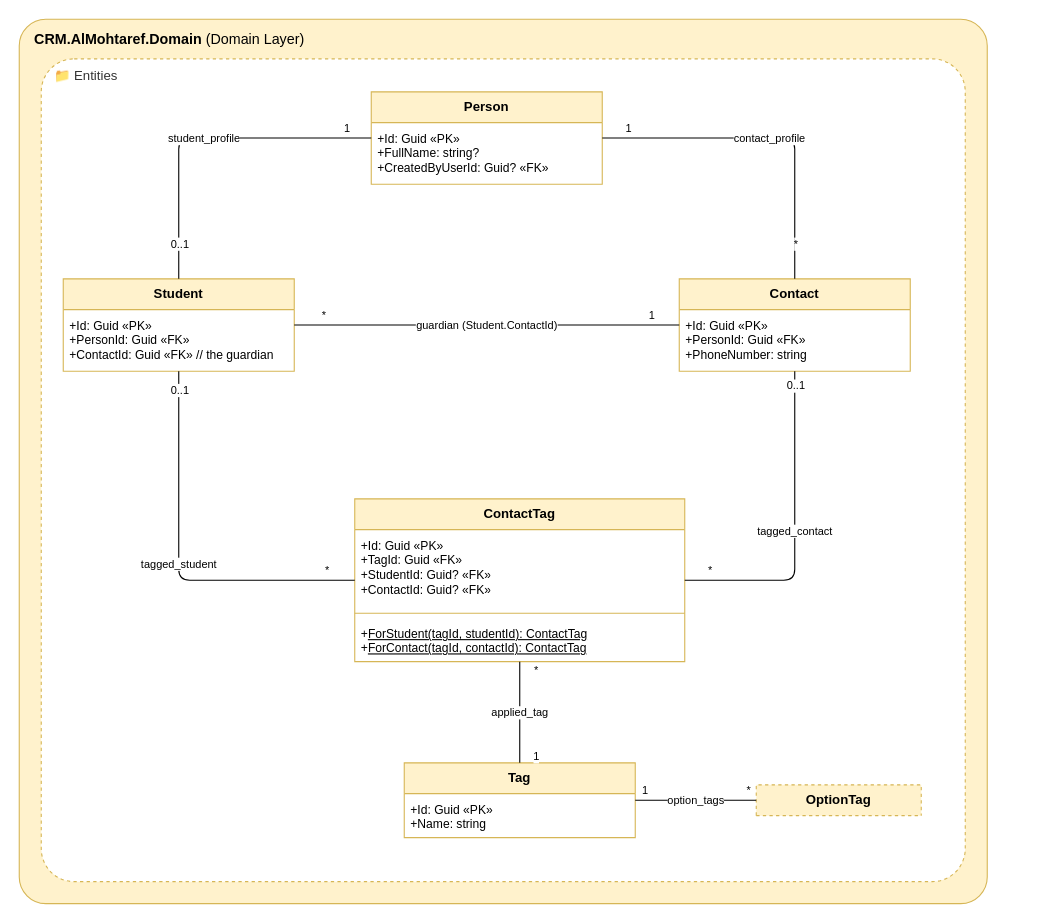
Above: page "03 Contacts & Students" (3 of 5) of docs/design/classes/domain.drawio in QF-MJ/crm-al-mohtaref (draw.io), before the change. Source tidied: cells renumbered, new cells numbered last; positions are measured from the earlier drawing's top-left corner, leaving out a move shared by most shapes. Both pictures are drawn from the tidied source at 110%, with x=0, y=0 at pixel (19, 19).
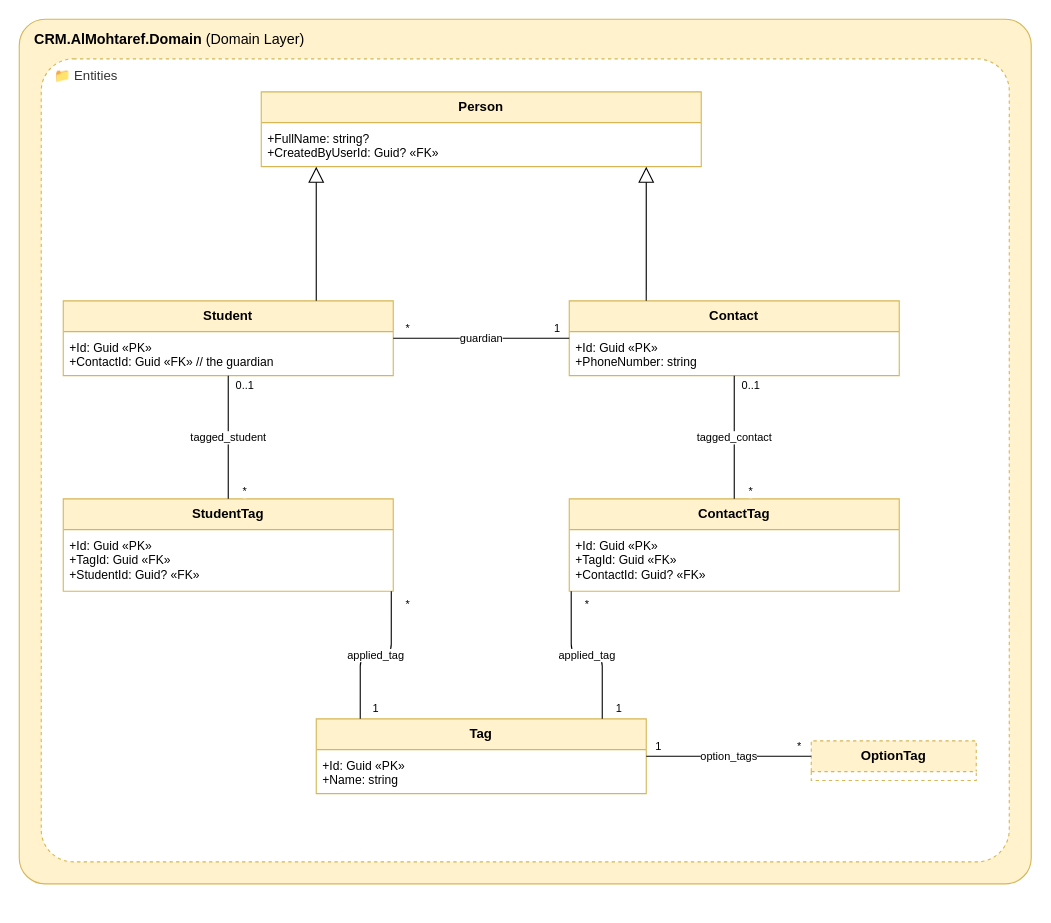
The same diagram, later.

What changed in the source:
```diff
@@
     <mxCell id="2" value="&lt;b&gt;CRM.AlMohtaref.Domain&lt;/b&gt; (Domain Layer)" style="rounded=1;whiteSpace=wrap;html=1;verticalAlign=top;align=left;spacingLeft=12;spacingTop=4;arcSize=3;fillColor=#fff2cc;strokeColor=#d6b656;fontSize=13;" parent="1" vertex="1">
-      <mxGeometry width="880" height="804" as="geometry" />
+      <mxGeometry width="920" height="786" as="geometry" />
     </mxCell>
     <mxCell id="3" value="&amp;#128193; Entities" style="rounded=1;whiteSpace=wrap;html=1;verticalAlign=top;align=left;spacingLeft=10;spacingTop=2;arcSize=4;fillColor=#FFFFFF;strokeColor=#d6b656;dashed=1;fontSize=12;fontColor=#333333;" parent="2" vertex="1">
-      <mxGeometry x="20" y="36" width="840" height="748" as="geometry" />
+      <mxGeometry x="20" y="36" width="880" height="730" as="geometry" />
     </mxCell>
     <mxCell id="4" value="&lt;b&gt;Person&lt;/b&gt;" style="swimlane;fontStyle=0;align=center;verticalAlign=middle;horizontal=1;startSize=28;html=1;whiteSpace=wrap;fontSize=12;fillColor=#fff2cc;strokeColor=#d6b656;swimlaneFillColor=#FFFFFF;" parent="3" vertex="1">
-      <mxGeometry x="300" y="30" width="210" height="84" as="geometry" />
+      <mxGeometry x="200" y="30" width="400" height="68" as="geometry" />
     </mxCell>
-    <mxCell id="5" value="+Id: Guid «PK»&lt;br&gt;+FullName: string?&lt;br&gt;+CreatedByUserId: Guid? «FK»" style="text;strokeColor=none;fillColor=none;align=left;verticalAlign=top;spacingLeft=4;spacingRight=4;spacingTop=2;overflow=hidden;whiteSpace=wrap;html=1;fontSize=11;" parent="4" vertex="1">
-      <mxGeometry y="28" width="210" height="56" as="geometry" />
+    <mxCell id="5" value="+FullName: string?&lt;br&gt;+CreatedByUserId: Guid? «FK»" style="text;strokeColor=none;fillColor=none;align=left;verticalAlign=top;spacingLeft=4;spacingRight=4;spacingTop=2;overflow=hidden;whiteSpace=wrap;html=1;fontSize=11;" parent="4" vertex="1">
+      <mxGeometry y="28" width="400" height="40" as="geometry" />
     </mxCell>
     <mxCell id="6" value="&lt;b&gt;Student&lt;/b&gt;" style="swimlane;fontStyle=0;align=center;verticalAlign=middle;horizontal=1;startSize=28;html=1;whiteSpace=wrap;fontSize=12;fillColor=#fff2cc;strokeColor=#d6b656;swimlaneFillColor=#FFFFFF;" parent="3" vertex="1">
-      <mxGeometry x="20" y="200" width="210" height="84" as="geometry" />
+      <mxGeometry x="20" y="220" width="300" height="68" as="geometry" />
     </mxCell>
-    <mxCell id="7" value="+Id: Guid «PK»&lt;br&gt;+PersonId: Guid «FK»&lt;br&gt;+ContactId: Guid «FK»  // the guardian" style="text;strokeColor=none;fillColor=none;align=left;verticalAlign=top;spacingLeft=4;spacingRight=4;spacingTop=2;overflow=hidden;whiteSpace=wrap;html=1;fontSize=11;" parent="6" vertex="1">
-      <mxGeometry y="28" width="210" height="56" as="geometry" />
+    <mxCell id="7" value="+Id: Guid «PK»&lt;br&gt;+ContactId: Guid «FK»  // the guardian" style="text;strokeColor=none;fillColor=none;align=left;verticalAlign=top;spacingLeft=4;spacingRight=4;spacingTop=2;overflow=hidden;whiteSpace=wrap;html=1;fontSize=11;" parent="6" vertex="1">
+      <mxGeometry y="28" width="300" height="40" as="geometry" />
     </mxCell>
     <mxCell id="8" value="&lt;b&gt;Contact&lt;/b&gt;" style="swimlane;fontStyle=0;align=center;verticalAlign=middle;horizontal=1;startSize=28;html=1;whiteSpace=wrap;fontSize=12;fillColor=#fff2cc;strokeColor=#d6b656;swimlaneFillColor=#FFFFFF;" parent="3" vertex="1">
-      <mxGeometry x="580" y="200" width="210" height="84" as="geometry" />
+      <mxGeometry x="480" y="220" width="300" height="68" as="geometry" />
     </mxCell>
-    <mxCell id="9" value="+Id: Guid «PK»&lt;br&gt;+PersonId: Guid «FK»&lt;br&gt;+PhoneNumber: string" style="text;strokeColor=none;fillColor=none;align=left;verticalAlign=top;spacingLeft=4;spacingRight=4;spacingTop=2;overflow=hidden;whiteSpace=wrap;html=1;fontSize=11;" parent="8" vertex="1">
-      <mxGeometry y="28" width="210" height="56" as="geometry" />
+    <mxCell id="9" value="+Id: Guid «PK»&lt;br&gt;+PhoneNumber: string" style="text;strokeColor=none;fillColor=none;align=left;verticalAlign=top;spacingLeft=4;spacingRight=4;spacingTop=2;overflow=hidden;whiteSpace=wrap;html=1;fontSize=11;" parent="8" vertex="1">
+      <mxGeometry y="28" width="300" height="40" as="geometry" />
     </mxCell>
+    <mxCell id="38" value="&lt;b&gt;StudentTag&lt;/b&gt;" style="swimlane;fontStyle=0;align=center;verticalAlign=middle;horizontal=1;startSize=28;html=1;whiteSpace=wrap;fontSize=12;fillColor=#fff2cc;strokeColor=#d6b656;swimlaneFillColor=#FFFFFF;" parent="3" vertex="1">
+      <mxGeometry x="20" y="400" width="300" height="84" as="geometry" />
+    </mxCell>
+    <mxCell id="39" value="+Id: Guid «PK»&lt;br&gt;+TagId: Guid «FK»&lt;br&gt;+StudentId: Guid? «FK»" style="text;strokeColor=none;fillColor=none;align=left;verticalAlign=top;spacingLeft=4;spacingRight=4;spacingTop=2;overflow=hidden;whiteSpace=wrap;html=1;fontSize=11;" parent="38" vertex="1">
+      <mxGeometry y="28" width="300" height="56" as="geometry" />
+    </mxCell>
     <mxCell id="10" value="&lt;b&gt;ContactTag&lt;/b&gt;" style="swimlane;fontStyle=0;align=center;verticalAlign=middle;horizontal=1;startSize=28;html=1;whiteSpace=wrap;fontSize=12;fillColor=#fff2cc;strokeColor=#d6b656;swimlaneFillColor=#FFFFFF;" parent="3" vertex="1">
-      <mxGeometry x="285" y="400" width="300" height="148" as="geometry" />
+      <mxGeometry x="480" y="400" width="300" height="84" as="geometry" />
     </mxCell>
-    <mxCell id="11" value="+Id: Guid «PK»&lt;br&gt;+TagId: Guid «FK»&lt;br&gt;+StudentId: Guid? «FK»&lt;br&gt;+ContactId: Guid? «FK»" style="text;strokeColor=none;fillColor=none;align=left;verticalAlign=top;spacingLeft=4;spacingRight=4;spacingTop=2;overflow=hidden;whiteSpace=wrap;html=1;fontSize=11;" parent="10" vertex="1">
-      <mxGeometry y="28" width="300" height="72" as="geometry" />
+    <mxCell id="11" value="+Id: Guid «PK»&lt;br&gt;+TagId: Guid «FK»&lt;br&gt;+ContactId: Guid? «FK»" style="text;strokeColor=none;fillColor=none;align=left;verticalAlign=top;spacingLeft=4;spacingRight=4;spacingTop=2;overflow=hidden;whiteSpace=wrap;html=1;fontSize=11;" parent="10" vertex="1">
+      <mxGeometry y="28" width="300" height="56" as="geometry" />
     </mxCell>
-    <mxCell id="12" style="line;strokeWidth=1;fillColor=none;align=left;verticalAlign=middle;spacingTop=-1;spacingLeft=3;spacingRight=3;labelPosition=right;strokeColor=inherit;" parent="10" vertex="1">
-      <mxGeometry y="100" width="300" height="8" as="geometry" />
-    </mxCell>
-    <mxCell id="13" value="+&lt;u&gt;ForStudent(tagId, studentId): ContactTag&lt;/u&gt;&lt;br&gt;+&lt;u&gt;ForContact(tagId, contactId): ContactTag&lt;/u&gt;" style="text;strokeColor=none;fillColor=none;align=left;verticalAlign=top;spacingLeft=4;spacingRight=4;spacingTop=2;overflow=hidden;whiteSpace=wrap;html=1;fontSize=11;" parent="10" vertex="1">
-      <mxGeometry y="108" width="300" height="40" as="geometry" />
-    </mxCell>
     <mxCell id="14" value="&lt;b&gt;Tag&lt;/b&gt;" style="swimlane;fontStyle=0;align=center;verticalAlign=middle;horizontal=1;startSize=28;html=1;whiteSpace=wrap;fontSize=12;fillColor=#fff2cc;strokeColor=#d6b656;swimlaneFillColor=#FFFFFF;" parent="3" vertex="1">
-      <mxGeometry x="330" y="640" width="210" height="68" as="geometry" />
+      <mxGeometry x="250" y="600" width="300" height="68" as="geometry" />
     </mxCell>
     <mxCell id="15" value="+Id: Guid «PK»&lt;br&gt;+Name: string" style="text;strokeColor=none;fillColor=none;align=left;verticalAlign=top;spacingLeft=4;spacingRight=4;spacingTop=2;overflow=hidden;whiteSpace=wrap;html=1;fontSize=11;" parent="14" vertex="1">
-      <mxGeometry y="28" width="210" height="40" as="geometry" />
+      <mxGeometry y="28" width="300" height="40" as="geometry" />
     </mxCell>
     <mxCell id="16" value="&lt;b&gt;OptionTag&lt;/b&gt;" style="swimlane;fontStyle=0;align=center;verticalAlign=middle;horizontal=1;startSize=28;html=1;whiteSpace=wrap;fontSize=12;fillColor=#fff2cc;strokeColor=#d6b656;swimlaneFillColor=#FFFFFF;dashed=1;" parent="3" vertex="1">
-      <mxGeometry x="650" y="660" width="150" height="28" as="geometry" />
+      <mxGeometry x="700" y="620" width="150" height="36" as="geometry" />
     </mxCell>
+    <mxCell id="40" style="text;strokeColor=none;fillColor=none;align=left;verticalAlign=top;spacingLeft=4;spacingRight=4;spacingTop=2;overflow=hidden;whiteSpace=wrap;html=1;fontSize=11;" parent="16" vertex="1">
+      <mxGeometry y="28" width="150" height="8" as="geometry" />
+    </mxCell>
-    <mxCell id="17" value="student_profile" style="endArrow=none;html=1;edgeStyle=orthogonalEdgeStyle;rounded=1;fontSize=10;labelBackgroundColor=#FFFFFF;exitX=0.0000;exitY=0.5000;exitDx=0;exitDy=0;entryX=0.5000;entryY=0.0000;entryDx=0;entryDy=0;" parent="1" edge="1" source="4" target="6">
+    <mxCell id="17" style="endArrow=block;endFill=0;endSize=12;html=1;edgeStyle=orthogonalEdgeStyle;rounded=1;fontSize=10;labelBackgroundColor=#FFFFFF;exitX=0.7667;exitY=0.0000;exitDx=0;exitDy=0;entryX=0.1250;entryY=1.0000;entryDx=0;entryDy=0;" parent="1" edge="1" source="6" target="4">
       <mxGeometry relative="1" as="geometry" />
     </mxCell>
-    <mxCell id="18" value="1" style="edgeLabel;html=1;align=center;verticalAlign=middle;fontSize=10;labelBackgroundColor=#FFFFFF;" parent="17" vertex="1">
-      <mxGeometry x="-0.85" relative="1" as="geometry">
-        <mxPoint y="-10" as="offset" />
-      </mxGeometry>
-    </mxCell>
-    <mxCell id="19" value="0..1" style="edgeLabel;html=1;align=center;verticalAlign=middle;fontSize=10;labelBackgroundColor=#FFFFFF;" parent="17" vertex="1">
-      <mxGeometry x="0.85" relative="1" as="geometry">
-        <mxPoint y="-10" as="offset" />
-      </mxGeometry>
-    </mxCell>
-    <mxCell id="20" value="contact_profile" style="endArrow=none;html=1;edgeStyle=orthogonalEdgeStyle;rounded=1;fontSize=10;labelBackgroundColor=#FFFFFF;exitX=1.0000;exitY=0.5000;exitDx=0;exitDy=0;entryX=0.5000;entryY=0.0000;entryDx=0;entryDy=0;" parent="1" edge="1" source="4" target="8">
+    <mxCell id="20" style="endArrow=block;endFill=0;endSize=12;html=1;edgeStyle=orthogonalEdgeStyle;rounded=1;fontSize=10;labelBackgroundColor=#FFFFFF;exitX=0.2333;exitY=0.0000;exitDx=0;exitDy=0;entryX=0.8750;entryY=1.0000;entryDx=0;entryDy=0;" parent="1" edge="1" source="8" target="4">
       <mxGeometry relative="1" as="geometry" />
     </mxCell>
-    <mxCell id="21" value="1" style="edgeLabel;html=1;align=center;verticalAlign=middle;fontSize=10;labelBackgroundColor=#FFFFFF;" parent="20" vertex="1">
-      <mxGeometry x="-0.85" relative="1" as="geometry">
-        <mxPoint y="-10" as="offset" />
-      </mxGeometry>
-    </mxCell>
-    <mxCell id="22" value="*" style="edgeLabel;html=1;align=center;verticalAlign=middle;fontSize=10;labelBackgroundColor=#FFFFFF;" parent="20" vertex="1">
-      <mxGeometry x="0.85" relative="1" as="geometry">
-        <mxPoint y="-10" as="offset" />
-      </mxGeometry>
-    </mxCell>
-    <mxCell id="23" value="guardian (Student.ContactId)" style="endArrow=none;html=1;edgeStyle=orthogonalEdgeStyle;rounded=1;fontSize=10;labelBackgroundColor=#FFFFFF;exitX=1.0000;exitY=0.5000;exitDx=0;exitDy=0;entryX=0.0000;entryY=0.5000;entryDx=0;entryDy=0;" parent="1" edge="1" source="6" target="8">
+    <mxCell id="23" value="guardian" style="endArrow=none;html=1;edgeStyle=orthogonalEdgeStyle;rounded=1;fontSize=10;labelBackgroundColor=#FFFFFF;exitX=1.0000;exitY=0.5000;exitDx=0;exitDy=0;entryX=0.0000;entryY=0.5000;entryDx=0;entryDy=0;" parent="1" edge="1" source="6" target="8">
       <mxGeometry relative="1" as="geometry" />
     </mxCell>
@@
-    <mxCell id="26" value="tagged_student" style="endArrow=none;html=1;edgeStyle=orthogonalEdgeStyle;rounded=1;fontSize=10;labelBackgroundColor=#FFFFFF;exitX=0.5000;exitY=1.0000;exitDx=0;exitDy=0;entryX=0.0000;entryY=0.5000;entryDx=0;entryDy=0;" parent="1" edge="1" source="6" target="10">
+    <mxCell id="26" value="tagged_student" style="endArrow=none;html=1;edgeStyle=orthogonalEdgeStyle;rounded=1;fontSize=10;labelBackgroundColor=#FFFFFF;exitX=0.5000;exitY=1.0000;exitDx=0;exitDy=0;entryX=0.5000;entryY=0.0000;entryDx=0;entryDy=0;" parent="1" edge="1" source="6" target="38">
       <mxGeometry relative="1" as="geometry" />
     </mxCell>
     <mxCell id="27" value="0..1" style="edgeLabel;html=1;align=center;verticalAlign=middle;fontSize=10;labelBackgroundColor=#FFFFFF;" parent="26" vertex="1">
       <mxGeometry x="-0.85" relative="1" as="geometry">
-        <mxPoint y="-10" as="offset" />
+        <mxPoint x="14" as="offset" />
       </mxGeometry>
     </mxCell>
     <mxCell id="28" value="*" style="edgeLabel;html=1;align=center;verticalAlign=middle;fontSize=10;labelBackgroundColor=#FFFFFF;" parent="26" vertex="1">
       <mxGeometry x="0.85" relative="1" as="geometry">
-        <mxPoint y="-10" as="offset" />
+        <mxPoint x="14" as="offset" />
       </mxGeometry>
     </mxCell>
-    <mxCell id="29" value="tagged_contact" style="endArrow=none;html=1;edgeStyle=orthogonalEdgeStyle;rounded=1;fontSize=10;labelBackgroundColor=#FFFFFF;exitX=0.5000;exitY=1.0000;exitDx=0;exitDy=0;entryX=1.0000;entryY=0.5000;entryDx=0;entryDy=0;" parent="1" edge="1" source="8" target="10">
+    <mxCell id="29" value="tagged_contact" style="endArrow=none;html=1;edgeStyle=orthogonalEdgeStyle;rounded=1;fontSize=10;labelBackgroundColor=#FFFFFF;exitX=0.5000;exitY=1.0000;exitDx=0;exitDy=0;entryX=0.5000;entryY=0.0000;entryDx=0;entryDy=0;" parent="1" edge="1" source="8" target="10">
       <mxGeometry relative="1" as="geometry" />
     </mxCell>
     <mxCell id="30" value="0..1" style="edgeLabel;html=1;align=center;verticalAlign=middle;fontSize=10;labelBackgroundColor=#FFFFFF;" parent="29" vertex="1">
       <mxGeometry x="-0.85" relative="1" as="geometry">
-        <mxPoint y="-10" as="offset" />
+        <mxPoint x="14" as="offset" />
       </mxGeometry>
     </mxCell>
     <mxCell id="31" value="*" style="edgeLabel;html=1;align=center;verticalAlign=middle;fontSize=10;labelBackgroundColor=#FFFFFF;" parent="29" vertex="1">
       <mxGeometry x="0.85" relative="1" as="geometry">
-        <mxPoint y="-10" as="offset" />
+        <mxPoint x="14" as="offset" />
       </mxGeometry>
     </mxCell>
-    <mxCell id="32" value="applied_tag" style="endArrow=none;html=1;edgeStyle=orthogonalEdgeStyle;rounded=1;fontSize=10;labelBackgroundColor=#FFFFFF;exitX=0.5000;exitY=0.0000;exitDx=0;exitDy=0;entryX=0.5000;entryY=1.0000;entryDx=0;entryDy=0;" parent="1" edge="1" source="14" target="10">
+    <mxCell id="32" value="applied_tag" style="endArrow=none;html=1;edgeStyle=orthogonalEdgeStyle;rounded=1;fontSize=10;labelBackgroundColor=#FFFFFF;exitX=0.1333;exitY=0.0000;exitDx=0;exitDy=0;entryX=0.9000;entryY=0.9048;entryDx=0;entryDy=0;" parent="1" edge="1" source="14" target="38">
       <mxGeometry relative="1" as="geometry" />
     </mxCell>
@@
-    <mxCell id="35" value="option_tags" style="endArrow=none;html=1;edgeStyle=orthogonalEdgeStyle;rounded=1;fontSize=10;labelBackgroundColor=#FFFFFF;exitX=1.0000;exitY=0.5000;exitDx=0;exitDy=0;entryX=0.0000;entryY=0.5000;entryDx=0;entryDy=0;" parent="1" edge="1" source="14" target="16">
+    <mxCell id="35" value="applied_tag" style="endArrow=none;html=1;edgeStyle=orthogonalEdgeStyle;rounded=1;fontSize=10;labelBackgroundColor=#FFFFFF;exitX=0.8667;exitY=0.0000;exitDx=0;exitDy=0;entryX=0.1000;entryY=0.9048;entryDx=0;entryDy=0;" parent="1" edge="1" source="14" target="10">
       <mxGeometry relative="1" as="geometry" />
     </mxCell>
     <mxCell id="36" value="1" style="edgeLabel;html=1;align=center;verticalAlign=middle;fontSize=10;labelBackgroundColor=#FFFFFF;" parent="35" vertex="1">
       <mxGeometry x="-0.85" relative="1" as="geometry">
-        <mxPoint y="-10" as="offset" />
+        <mxPoint x="14" as="offset" />
       </mxGeometry>
     </mxCell>
     <mxCell id="37" value="*" style="edgeLabel;html=1;align=center;verticalAlign=middle;fontSize=10;labelBackgroundColor=#FFFFFF;" parent="35" vertex="1">
       <mxGeometry x="0.85" relative="1" as="geometry">
-        <mxPoint y="-10" as="offset" />
+        <mxPoint x="14" as="offset" />
       </mxGeometry>
     </mxCell>
+    <mxCell id="41" value="option_tags" style="endArrow=none;html=1;edgeStyle=orthogonalEdgeStyle;rounded=1;fontSize=10;labelBackgroundColor=#FFFFFF;exitX=1.0000;exitY=0.5000;exitDx=0;exitDy=0;entryX=0.0000;entryY=0.3889;entryDx=0;entryDy=0;" parent="1" edge="1" source="14" target="16">
+      <mxGeometry relative="1" as="geometry" />
+    </mxCell>
+    <mxCell id="42" value="1" style="edgeLabel;html=1;align=center;verticalAlign=middle;fontSize=10;labelBackgroundColor=#FFFFFF;" parent="41" vertex="1">
+      <mxGeometry x="-0.85" relative="1" as="geometry">
+        <mxPoint y="-10" as="offset" />
+      </mxGeometry>
+    </mxCell>
+    <mxCell id="22" value="*" style="edgeLabel;html=1;align=center;verticalAlign=middle;fontSize=10;labelBackgroundColor=#FFFFFF;" parent="41" vertex="1">
+      <mxGeometry x="0.85" relative="1" as="geometry">
+        <mxPoint y="-10" as="offset" />
+      </mxGeometry>
+    </mxCell>
```
